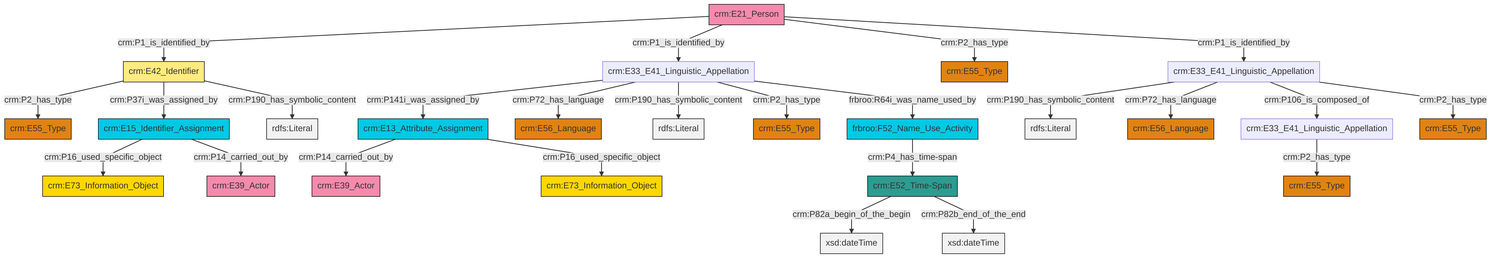
The Mermaid diagram et/personCSV/ttl/mmd/png/Person_Names_and_Classification.png in swiss-art-research-net/reference-data-models, before a commit. Its source is kept beside it as et/personCSV/ttl/mmd/Person_Names_and_Classification.ttl.mmd.
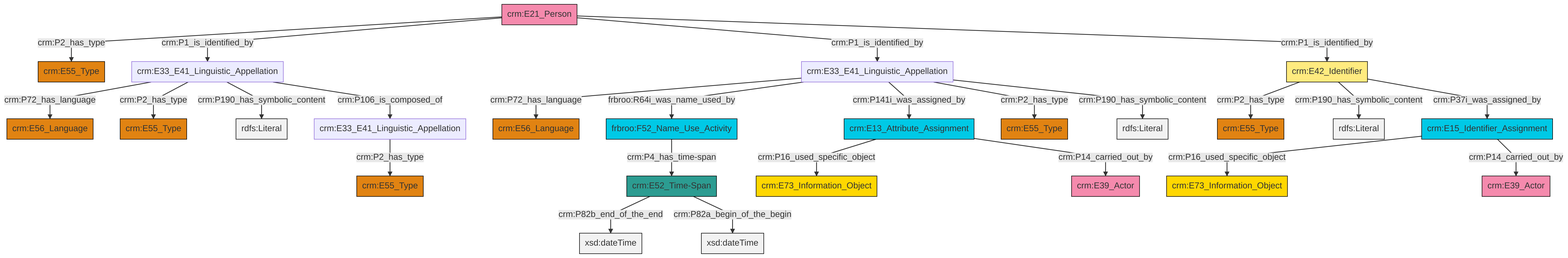
After the change.

Change to the diagram source:
```diff
@@ -13,27 +13,27 @@
 classDef PC_Classes fill:#4ce600, stroke:#000000;
 classDef Multi fill:#cccccc,stroke:#000000;
 
-2["crm:E21_Person"]:::Actor -->|crm:P1_is_identified_by| 3["crm:E42_Identifier"]:::Appellation
-3["crm:E42_Identifier"]:::Appellation -->|crm:P2_has_type| 6["crm:E55_Type"]:::Type
-4["crm:E33_E41_Linguistic_Appellation"]:::Default -->|crm:P190_has_symbolic_content| 7[rdfs:Literal]:::Literal
-4["crm:E33_E41_Linguistic_Appellation"]:::Default -->|crm:P72_has_language| 8["crm:E56_Language"]:::Type
-15["crm:E33_E41_Linguistic_Appellation"]:::Default -->|crm:P141i_was_assigned_by| 0["crm:E13_Attribute_Assignment"]:::Temporal_Entity
-2["crm:E21_Person"]:::Actor -->|crm:P1_is_identified_by| 15["crm:E33_E41_Linguistic_Appellation"]:::Default
-3["crm:E42_Identifier"]:::Appellation -->|crm:P37i_was_assigned_by| 19["crm:E15_Identifier_Assignment"]:::Temporal_Entity
-19["crm:E15_Identifier_Assignment"]:::Temporal_Entity -->|crm:P16_used_specific_object| 20["crm:E73_Information_Object"]:::Conceptual_Object
-0["crm:E13_Attribute_Assignment"]:::Temporal_Entity -->|crm:P14_carried_out_by| 17["crm:E39_Actor"]:::Actor
-15["crm:E33_E41_Linguistic_Appellation"]:::Default -->|crm:P72_has_language| 23["crm:E56_Language"]:::Type
-2["crm:E21_Person"]:::Actor -->|crm:P2_has_type| 24["crm:E55_Type"]:::Type
-4["crm:E33_E41_Linguistic_Appellation"]:::Default -->|crm:P106_is_composed_of| 25["crm:E33_E41_Linguistic_Appellation"]:::Default
-15["crm:E33_E41_Linguistic_Appellation"]:::Default -->|crm:P190_has_symbolic_content| 26[rdfs:Literal]:::Literal
-2["crm:E21_Person"]:::Actor -->|crm:P1_is_identified_by| 4["crm:E33_E41_Linguistic_Appellation"]:::Default
-3["crm:E42_Identifier"]:::Appellation -->|crm:P190_has_symbolic_content| 27[rdfs:Literal]:::Literal
-25["crm:E33_E41_Linguistic_Appellation"]:::Default -->|crm:P2_has_type| 30["crm:E55_Type"]:::Type
-33["crm:E52_Time-Span"]:::Time-Span -->|crm:P82a_begin_of_the_begin| 34[xsd:dateTime]:::Literal
-4["crm:E33_E41_Linguistic_Appellation"]:::Default -->|crm:P2_has_type| 31["crm:E55_Type"]:::Type
-0["crm:E13_Attribute_Assignment"]:::Temporal_Entity -->|crm:P16_used_specific_object| 28["crm:E73_Information_Object"]:::Conceptual_Object
-11["frbroo:F52_Name_Use_Activity"]:::Temporal_Entity -->|crm:P4_has_time-span| 33["crm:E52_Time-Span"]:::Time-Span
-19["crm:E15_Identifier_Assignment"]:::Temporal_Entity -->|crm:P14_carried_out_by| 43["crm:E39_Actor"]:::Actor
-33["crm:E52_Time-Span"]:::Time-Span -->|crm:P82b_end_of_the_end| 44[xsd:dateTime]:::Literal
-15["crm:E33_E41_Linguistic_Appellation"]:::Default -->|crm:P2_has_type| 9["crm:E55_Type"]:::Type
-15["crm:E33_E41_Linguistic_Appellation"]:::Default -->|frbroo:R64i_was_name_used_by| 11["frbroo:F52_Name_Use_Activity"]:::Temporal_Entity
+2["crm:E15_Identifier_Assignment"]:::Temporal_Entity -->|crm:P16_used_specific_object| 3["crm:E73_Information_Object"]:::Conceptual_Object
+6["crm:E33_E41_Linguistic_Appellation"]:::Default -->|crm:P72_has_language| 7["crm:E56_Language"]:::Type
+6["crm:E33_E41_Linguistic_Appellation"]:::Default -->|frbroo:R64i_was_name_used_by| 8["frbroo:F52_Name_Use_Activity"]:::Temporal_Entity
+13["crm:E52_Time-Span"]:::Time-Span -->|crm:P82b_end_of_the_end| 14[xsd:dateTime]:::Literal
+0["crm:E21_Person"]:::Actor -->|crm:P2_has_type| 16["crm:E55_Type"]:::Type
+6["crm:E33_E41_Linguistic_Appellation"]:::Default -->|crm:P141i_was_assigned_by| 17["crm:E13_Attribute_Assignment"]:::Temporal_Entity
+17["crm:E13_Attribute_Assignment"]:::Temporal_Entity -->|crm:P16_used_specific_object| 18["crm:E73_Information_Object"]:::Conceptual_Object
+6["crm:E33_E41_Linguistic_Appellation"]:::Default -->|crm:P2_has_type| 19["crm:E55_Type"]:::Type
+20["crm:E33_E41_Linguistic_Appellation"]:::Default -->|crm:P72_has_language| 9["crm:E56_Language"]:::Type
+21["crm:E42_Identifier"]:::Appellation -->|crm:P2_has_type| 22["crm:E55_Type"]:::Type
+0["crm:E21_Person"]:::Actor -->|crm:P1_is_identified_by| 20["crm:E33_E41_Linguistic_Appellation"]:::Default
+20["crm:E33_E41_Linguistic_Appellation"]:::Default -->|crm:P2_has_type| 24["crm:E55_Type"]:::Type
+0["crm:E21_Person"]:::Actor -->|crm:P1_is_identified_by| 6["crm:E33_E41_Linguistic_Appellation"]:::Default
+21["crm:E42_Identifier"]:::Appellation -->|crm:P190_has_symbolic_content| 26[rdfs:Literal]:::Literal
+21["crm:E42_Identifier"]:::Appellation -->|crm:P37i_was_assigned_by| 2["crm:E15_Identifier_Assignment"]:::Temporal_Entity
+4["crm:E33_E41_Linguistic_Appellation"]:::Default -->|crm:P2_has_type| 11["crm:E55_Type"]:::Type
+2["crm:E15_Identifier_Assignment"]:::Temporal_Entity -->|crm:P14_carried_out_by| 27["crm:E39_Actor"]:::Actor
+8["frbroo:F52_Name_Use_Activity"]:::Temporal_Entity -->|crm:P4_has_time-span| 13["crm:E52_Time-Span"]:::Time-Span
+13["crm:E52_Time-Span"]:::Time-Span -->|crm:P82a_begin_of_the_begin| 36[xsd:dateTime]:::Literal
+20["crm:E33_E41_Linguistic_Appellation"]:::Default -->|crm:P190_has_symbolic_content| 38[rdfs:Literal]:::Literal
+0["crm:E21_Person"]:::Actor -->|crm:P1_is_identified_by| 21["crm:E42_Identifier"]:::Appellation
+6["crm:E33_E41_Linguistic_Appellation"]:::Default -->|crm:P190_has_symbolic_content| 40[rdfs:Literal]:::Literal
+17["crm:E13_Attribute_Assignment"]:::Temporal_Entity -->|crm:P14_carried_out_by| 32["crm:E39_Actor"]:::Actor
+20["crm:E33_E41_Linguistic_Appellation"]:::Default -->|crm:P106_is_composed_of| 4["crm:E33_E41_Linguistic_Appellation"]:::Default
```
